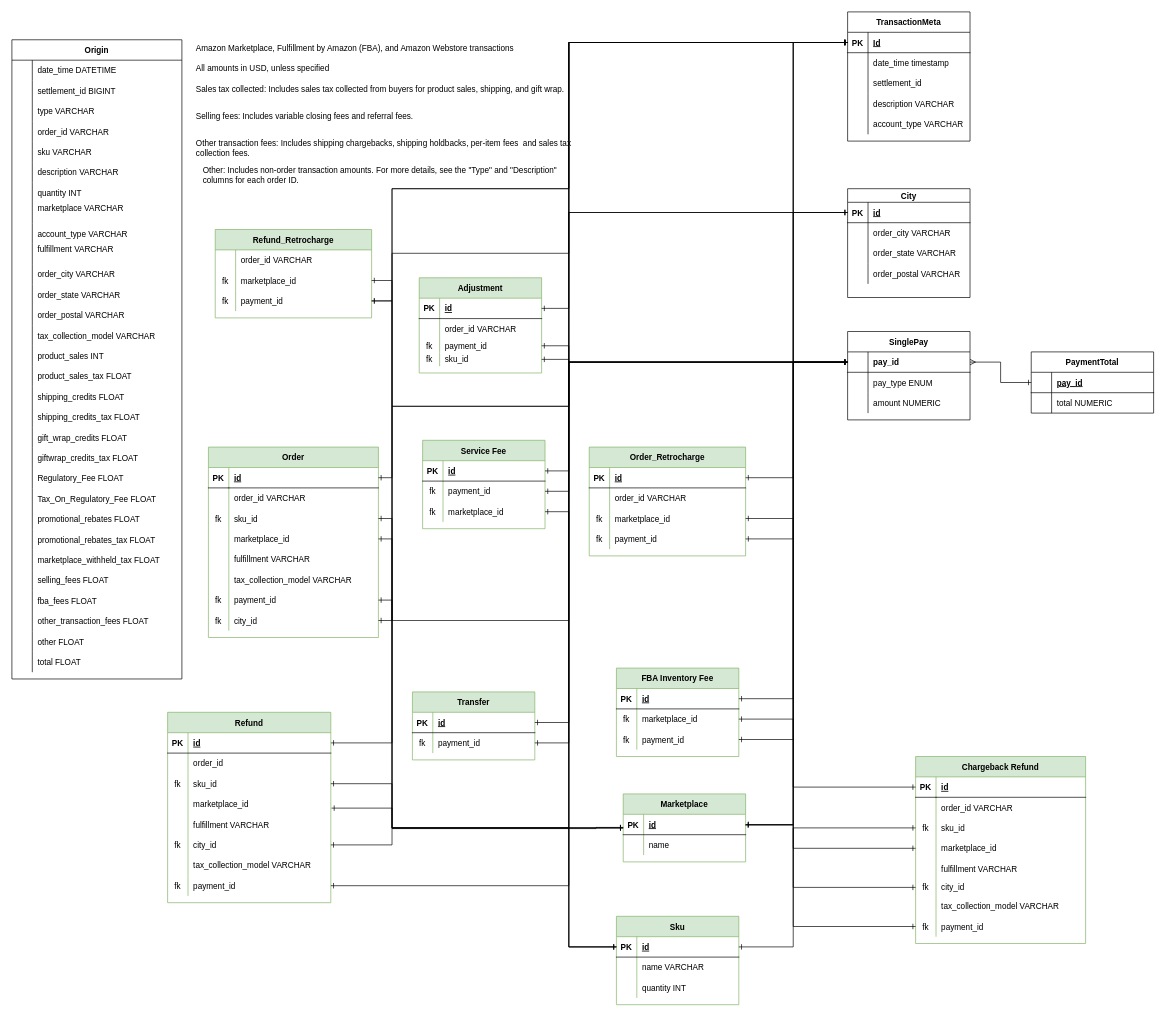
Earlier version of the draw.io diagram norm_maelys.drawio.xml (Urzhumtsev1/maelys). Source tidied: cells renumbered, new cells numbered last; positions are measured from the earlier drawing's top-left corner, leaving out a move shared by most shapes. Both pictures are drawn from the tidied source at 68%, with x=0, y=0 at pixel (12, 12).
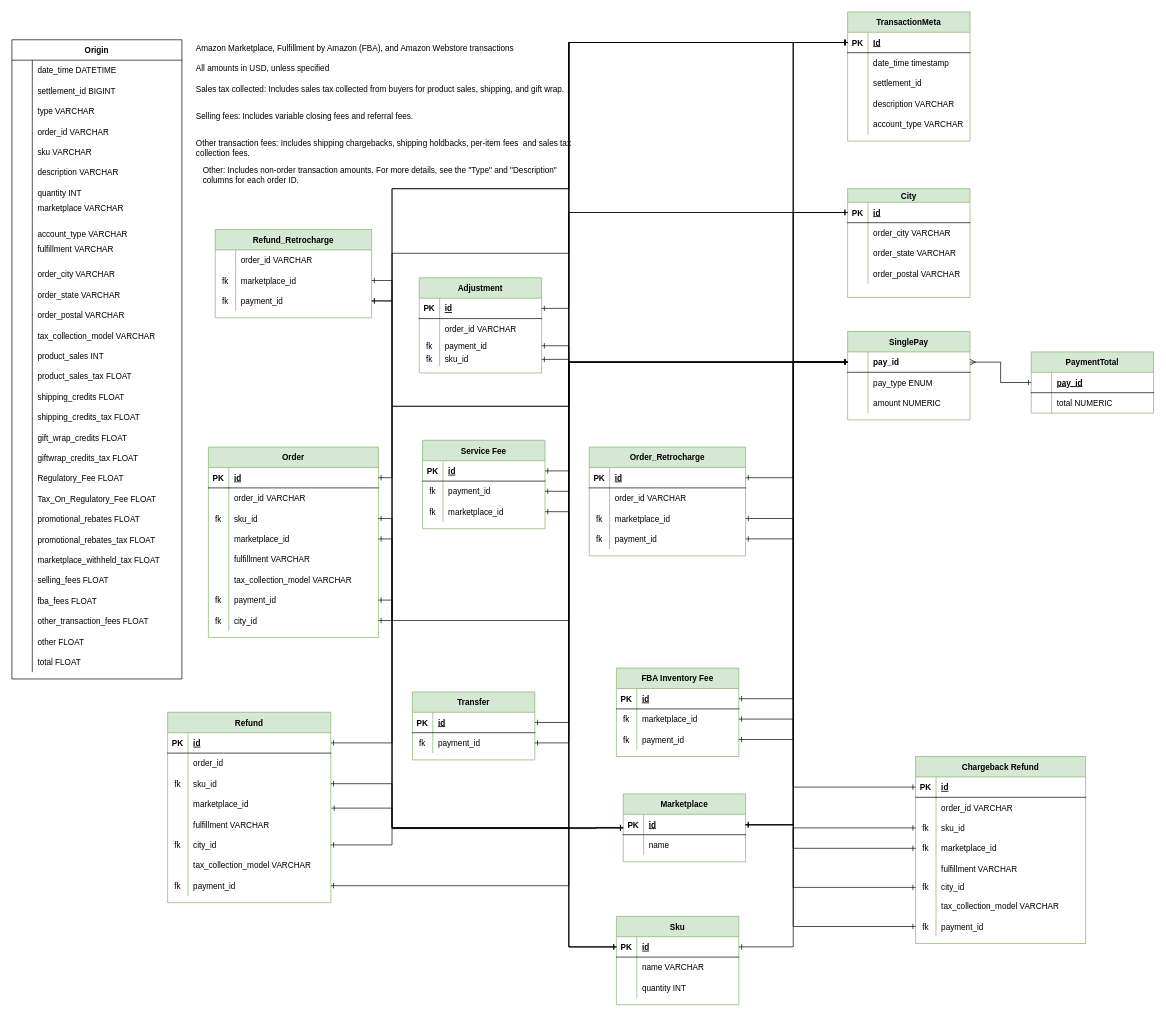
After the change.

Commit message (it also covers changes not shown here):
sku model

The change refers to these unchanged cells:
```xml
<mxCell id="210" style="shape=partialRectangle;fillColor=none;points=[[0,0.5],[1,0.5]];portConstraint=eastwest;top=0;left=0;right=0;bottom=0;" parent="200" vertex="1">
  <mxGeometry y="120" width="250" height="30" as="geometry" />
</mxCell>
```

Diff of the diagram source:
```diff
@@
-    <mxCell id="99" value="City" style="shape=table;startSize=20;childLayout=tableLayout;rowLines=0;fontStyle=1;align=center;" parent="1" vertex="1">
+    <mxCell id="99" value="City" style="shape=table;startSize=20;childLayout=tableLayout;rowLines=0;fontStyle=1;align=center;fillColor=#d5e8d4;strokeColor=#82b366;" parent="1" vertex="1">
       <mxGeometry x="1229" y="260" width="180" height="160" as="geometry" />
     </mxCell>
@@
-    <mxCell id="211" style="shape=partialRectangle;overflow=hidden;fillColor=none;top=0;left=0;bottom=0;right=0;" parent="210" vertex="1">
+    <mxCell id="211" value="fk" style="shape=partialRectangle;overflow=hidden;fillColor=none;top=0;left=0;bottom=0;right=0;" parent="210" vertex="1">
       <mxGeometry width="30" height="30" as="geometry" />
     </mxCell>
@@
-    <mxCell id="225" value="SinglePay" style="shape=table;startSize=30;childLayout=tableLayout;rowLines=0;fontStyle=1;align=center;strokeColor=default;" parent="1" vertex="1">
+    <mxCell id="225" value="SinglePay" style="shape=table;startSize=30;childLayout=tableLayout;rowLines=0;fontStyle=1;align=center;strokeColor=#82b366;fillColor=#d5e8d4;" parent="1" vertex="1">
       <mxGeometry x="1229" y="470" width="180" height="130" as="geometry" />
     </mxCell>
@@
-    <mxCell id="236" value="PaymentTotal" style="shape=table;startSize=30;childLayout=tableLayout;rowLines=0;fontStyle=1;align=center;strokeColor=default;" parent="1" vertex="1">
+    <mxCell id="236" value="PaymentTotal" style="shape=table;startSize=30;childLayout=tableLayout;rowLines=0;fontStyle=1;align=center;strokeColor=#82b366;fillColor=#d5e8d4;" parent="1" vertex="1">
       <mxGeometry x="1499" y="500" width="180" height="90" as="geometry" />
     </mxCell>
@@
-    <mxCell id="244" value="TransactionMeta" style="shape=table;startSize=30;childLayout=tableLayout;rowLines=0;fontStyle=1;align=center;strokeColor=default;" parent="1" vertex="1">
+    <mxCell id="244" value="TransactionMeta" style="shape=table;startSize=30;childLayout=tableLayout;rowLines=0;fontStyle=1;align=center;strokeColor=#82b366;fillColor=#d5e8d4;" parent="1" vertex="1">
       <mxGeometry x="1229" width="180" height="190" as="geometry" />
     </mxCell>
```
